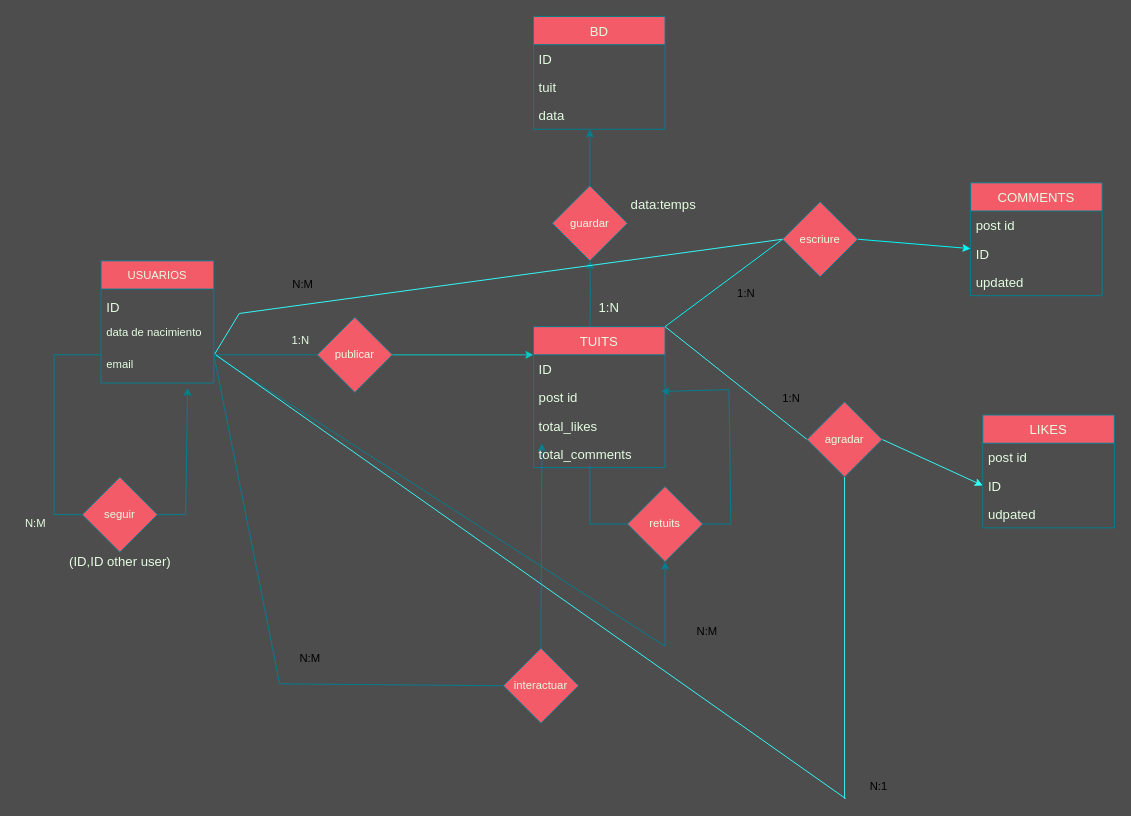
This is Ejercicio16.drawio from MarcPadrell/Team-4-ta12, a draw.io file, before an edit. Source tidied: cells renumbered, new cells numbered last; positions are measured from the earlier drawing's top-left corner, leaving out a move shared by most shapes. Both pictures are drawn from the tidied source at 94%, with x=0, y=0 at pixel (16, 16).
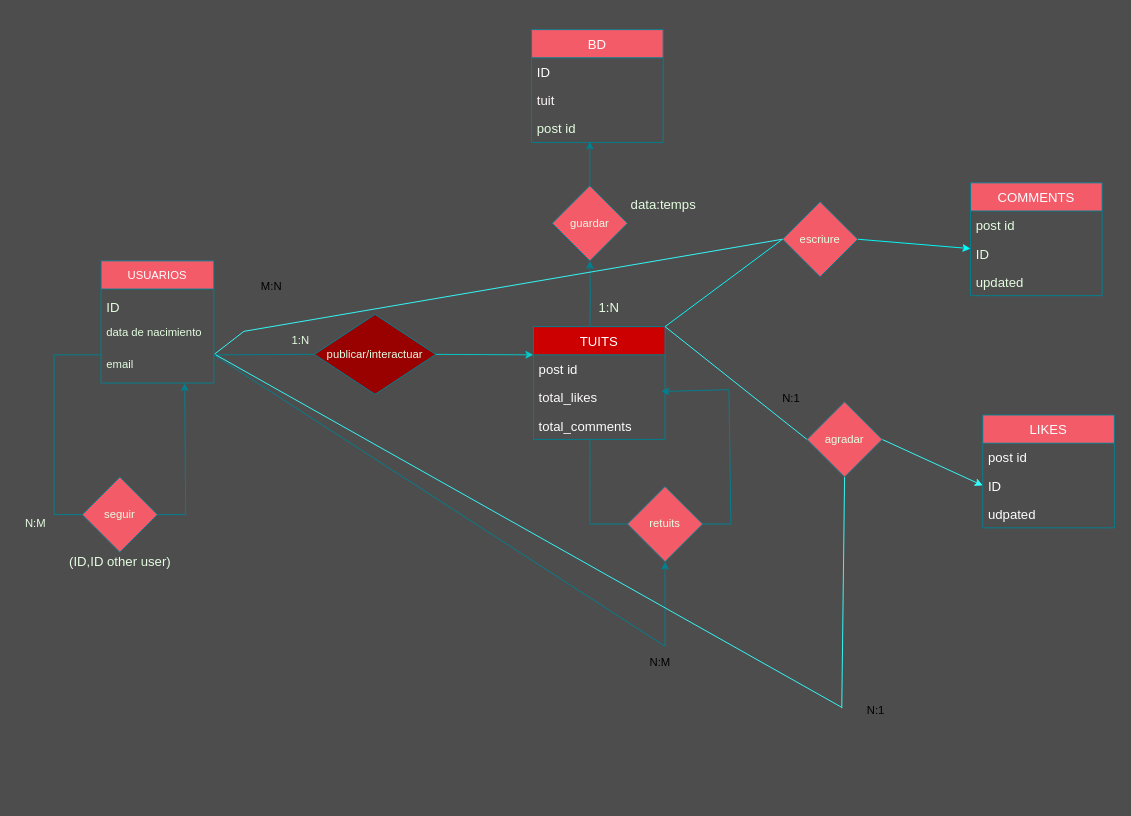
After the change.

The change refers to these unchanged cells:
```xml
<mxCell id="6" value="guardar" style="rhombus;whiteSpace=wrap;html=1;fillColor=#F45B69;strokeColor=#028090;fontColor=#E4FDE1;" parent="1" vertex="1">
  <mxGeometry x="570" y="180" width="80" height="80" as="geometry" />
</mxCell>
<mxCell id="7" value="seguir" style="rhombus;whiteSpace=wrap;html=1;fillColor=#F45B69;strokeColor=#028090;fontColor=#E4FDE1;" parent="1" vertex="1">
  <mxGeometry x="70" y="490" width="80" height="80" as="geometry" />
</mxCell>
<mxCell id="25" value="email" style="text;strokeColor=none;fillColor=none;align=left;verticalAlign=middle;spacingLeft=4;spacingRight=4;overflow=hidden;points=[[0,0.5],[1,0.5]];portConstraint=eastwest;fontColor=#E4FDE1;" parent="22" vertex="1">
  <mxGeometry y="90" width="120" height="40" as="geometry" />
</mxCell>
<mxCell id="49" value="escriure" style="rhombus;whiteSpace=wrap;html=1;fillColor=#F45B69;strokeColor=#028090;fontColor=#E4FDE1;" parent="1" vertex="1">
  <mxGeometry x="815" y="197" width="80" height="80" as="geometry" />
</mxCell>
<mxCell id="53" value="agradar" style="rhombus;whiteSpace=wrap;html=1;fillColor=#F45B69;strokeColor=#028090;fontColor=#E4FDE1;" parent="1" vertex="1">
  <mxGeometry x="841" y="410" width="80" height="80" as="geometry" />
</mxCell>
```

What changed in the source:
```diff
@@
-    <mxCell id="3" value="publicar" style="rhombus;whiteSpace=wrap;html=1;fillColor=#F45B69;strokeColor=#028090;fontColor=#E4FDE1;" parent="1" vertex="1">
-      <mxGeometry x="320" y="320" width="80" height="80" as="geometry" />
+    <mxCell id="3" value="publicar/interactuar" style="rhombus;whiteSpace=wrap;html=1;fillColor=#990000;strokeColor=#028090;fontColor=#E4FDE1;" parent="1" vertex="1">
+      <mxGeometry x="317" y="317" width="129" height="85" as="geometry" />
     </mxCell>
@@
-    <mxCell id="5" style="endArrow=classic;html=1;rounded=0;entryX=0.5;entryY=1;entryDx=0;entryDy=0;exitX=0.5;exitY=0;exitDx=0;exitDy=0;strokeColor=#028090;fontColor=#E4FDE1;labelBackgroundColor=#114B5F;" parent="1" edge="1" source="6">
+    <mxCell id="5" style="endArrow=classic;html=1;rounded=0;exitX=0.5;exitY=0;exitDx=0;exitDy=0;strokeColor=#028090;fontColor=#E4FDE1;labelBackgroundColor=#114B5F;" parent="1" edge="1" source="6">
       <mxGeometry relative="1" as="geometry">
-        <mxPoint x="610" y="120" as="targetPoint" />
+        <mxPoint x="610" y="133" as="targetPoint" />
       </mxGeometry>
     </mxCell>
@@
-    <mxCell id="10" style="endArrow=none;html=1;rounded=0;strokeColor=#028090;fontColor=#E4FDE1;labelBackgroundColor=#114B5F;" parent="1" edge="1">
+    <mxCell id="10" style="endArrow=none;html=1;rounded=0;strokeColor=#028090;fontColor=#E4FDE1;labelBackgroundColor=#114B5F;entryX=0.429;entryY=1;entryDx=0;entryDy=0;entryPerimeter=0;" parent="1" edge="1" target="30">
       <mxGeometry relative="1" as="geometry">
         <mxPoint x="610" y="540" as="sourcePoint" />
-        <mxPoint x="610" y="478" as="targetPoint" />
       </mxGeometry>
     </mxCell>
@@
-    <mxCell id="18" value="interactuar" style="rhombus;whiteSpace=wrap;html=1;fillColor=#F45B69;strokeColor=#028090;fontColor=#E4FDE1;" parent="1" vertex="1">
-      <mxGeometry x="518" y="672" width="80" height="80" as="geometry" />
-    </mxCell>
@@
-    <mxCell id="20" style="endArrow=none;html=1;rounded=0;entryX=1;entryY=0.5;entryDx=0;entryDy=0;exitX=0;exitY=0.5;exitDx=0;exitDy=0;strokeColor=#028090;fontColor=#E4FDE1;labelBackgroundColor=#114B5F;" parent="1" edge="1" source="18">
-      <mxGeometry relative="1" as="geometry">
-        <mxPoint x="210" y="360" as="targetPoint" />
-        <Array as="points">
-          <mxPoint x="280" y="710" />
-        </Array>
-      </mxGeometry>
-    </mxCell>
-    <mxCell id="21" style="endArrow=classic;html=1;rounded=0;strokeColor=#028090;fontColor=#E4FDE1;labelBackgroundColor=#114B5F;entryX=0.064;entryY=1.133;entryDx=0;entryDy=0;entryPerimeter=0;exitX=0.5;exitY=0;exitDx=0;exitDy=0;" parent="1" edge="1" source="18" target="29">
-      <mxGeometry relative="1" as="geometry" />
-    </mxCell>
-    <mxCell id="22" value="USUARIOS" style="swimlane;fontStyle=0;horizontal=1;startSize=30;fontColor=#E4FDE1;fillColor=#F45B69;strokeColor=#028090;" parent="1" vertex="1">
+    <mxCell id="22" value="USUARIOS" style="swimlane;fontStyle=0;horizontal=1;startSize=30;fontColor=#FFFFFF;fillColor=#F45B69;strokeColor=#028090;" parent="1" vertex="1">
       <mxGeometry x="90" y="260" width="120" height="130" as="geometry" />
     </mxCell>
@@
-    <mxCell id="26" value="TUITS" style="swimlane;fontStyle=0;horizontal=1;startSize=30;fontSize=14;fontColor=#E4FDE1;fillColor=#F45B69;strokeColor=#028090;" parent="1" vertex="1">
-      <mxGeometry x="550" y="330" width="140" height="150" as="geometry" />
+    <mxCell id="26" value="TUITS" style="swimlane;fontStyle=0;horizontal=1;startSize=30;fontSize=14;fontColor=#FFFFFF;fillColor=#CC0000;strokeColor=#028090;" parent="1" vertex="1">
+      <mxGeometry x="550" y="330" width="140" height="120" as="geometry" />
     </mxCell>
-    <mxCell id="27" value="ID" style="text;strokeColor=none;fillColor=none;align=left;verticalAlign=middle;spacingLeft=4;spacingRight=4;overflow=hidden;fontSize=14;fontColor=#E4FDE1;" parent="26" vertex="1">
-      <mxGeometry y="30" width="140" height="30" as="geometry" />
-    </mxCell>
-    <mxCell id="28" value="post id" style="text;strokeColor=none;fillColor=none;align=left;verticalAlign=middle;spacingLeft=4;spacingRight=4;overflow=hidden;fontSize=14;fontColor=#E4FDE1;" parent="26" vertex="1">
-      <mxGeometry y="60" width="140" height="30" as="geometry" />
+    <mxCell id="28" value="post id" style="text;strokeColor=none;fillColor=none;align=left;verticalAlign=middle;spacingLeft=4;spacingRight=4;overflow=hidden;fontSize=14;fontColor=#FDFDFD;" parent="26" vertex="1">
+      <mxGeometry y="30" width="140" height="30" as="geometry" />
     </mxCell>
-    <mxCell id="29" value="total_likes" style="text;strokeColor=none;fillColor=none;align=left;verticalAlign=middle;spacingLeft=4;spacingRight=4;overflow=hidden;points=[[0,0.5],[1,0.5]];portConstraint=eastwest;fontSize=14;fontColor=#E4FDE1;" parent="26" vertex="1">
-      <mxGeometry y="90" width="140" height="30" as="geometry" />
+    <mxCell id="29" value="total_likes" style="text;strokeColor=none;fillColor=none;align=left;verticalAlign=middle;spacingLeft=4;spacingRight=4;overflow=hidden;points=[[0,0.5],[1,0.5]];portConstraint=eastwest;fontSize=14;fontColor=#FDFAFB;" parent="26" vertex="1">
+      <mxGeometry y="60" width="140" height="30" as="geometry" />
     </mxCell>
-    <mxCell id="30" value="total_comments" style="text;strokeColor=none;fillColor=none;align=left;verticalAlign=middle;spacingLeft=4;spacingRight=4;overflow=hidden;points=[[0,0.5],[1,0.5]];portConstraint=eastwest;fontSize=14;fontColor=#E4FDE1;" parent="26" vertex="1">
-      <mxGeometry y="120" width="140" height="30" as="geometry" />
+    <mxCell id="30" value="total_comments" style="text;strokeColor=none;fillColor=none;align=left;verticalAlign=middle;spacingLeft=4;spacingRight=4;overflow=hidden;points=[[0,0.5],[1,0.5]];portConstraint=eastwest;fontSize=14;fontColor=#FDFDFD;" parent="26" vertex="1">
+      <mxGeometry y="90" width="140" height="30" as="geometry" />
     </mxCell>
-    <mxCell id="31" value="COMMENTS" style="swimlane;fontStyle=0;horizontal=1;startSize=30;fontSize=14;fontColor=#E4FDE1;fillColor=#F45B69;strokeColor=#028090;" parent="1" vertex="1">
+    <mxCell id="31" value="COMMENTS" style="swimlane;fontStyle=0;horizontal=1;startSize=30;fontSize=14;fontColor=#FDFDFD;fillColor=#F45B69;strokeColor=#028090;" parent="1" vertex="1">
       <mxGeometry x="1015" y="177" width="140" height="120" as="geometry" />
     </mxCell>
@@
-    <mxCell id="37" value="BD" style="swimlane;fontStyle=0;horizontal=1;startSize=30;fontSize=14;fontColor=#E4FDE1;fillColor=#F45B69;strokeColor=#028090;" parent="1" vertex="1">
-      <mxGeometry x="550" width="140" height="120" as="geometry" />
+    <mxCell id="37" value="BD" style="swimlane;fontStyle=0;horizontal=1;startSize=30;fontSize=14;fontColor=#FFFAFA;fillColor=#F45B69;strokeColor=#028090;" parent="1" vertex="1">
+      <mxGeometry x="548" y="14" width="140" height="120" as="geometry" />
     </mxCell>
-    <mxCell id="38" value="ID" style="text;strokeColor=none;fillColor=none;align=left;verticalAlign=middle;spacingLeft=4;spacingRight=4;overflow=hidden;fontSize=14;fontColor=#E4FDE1;" parent="37" vertex="1">
+    <mxCell id="38" value="ID" style="text;strokeColor=none;fillColor=none;align=left;verticalAlign=middle;spacingLeft=4;spacingRight=4;overflow=hidden;fontSize=14;fontColor=#FDFDFD;" parent="37" vertex="1">
       <mxGeometry y="30" width="140" height="30" as="geometry" />
     </mxCell>
-    <mxCell id="39" value="tuit" style="text;strokeColor=none;fillColor=none;align=left;verticalAlign=middle;spacingLeft=4;spacingRight=4;overflow=hidden;fontSize=14;fontColor=#E4FDE1;" parent="37" vertex="1">
+    <mxCell id="39" value="tuit" style="text;strokeColor=none;fillColor=none;align=left;verticalAlign=middle;spacingLeft=4;spacingRight=4;overflow=hidden;fontSize=14;fontColor=#FDF5F6;" parent="37" vertex="1">
       <mxGeometry y="60" width="140" height="30" as="geometry" />
     </mxCell>
-    <mxCell id="40" value="data" style="text;strokeColor=none;fillColor=none;align=left;verticalAlign=middle;spacingLeft=4;spacingRight=4;overflow=hidden;fontSize=14;fontColor=#E4FDE1;" parent="37" vertex="1">
+    <mxCell id="40" value="post id" style="text;strokeColor=none;fillColor=none;align=left;verticalAlign=middle;spacingLeft=4;spacingRight=4;overflow=hidden;fontSize=14;fontColor=#E4FDE1;" parent="37" vertex="1">
       <mxGeometry y="90" width="140" height="30" as="geometry" />
     </mxCell>
-    <mxCell id="41" value="LIKES" style="swimlane;fontStyle=0;horizontal=1;startSize=30;fontSize=14;fontColor=#E4FDE1;fillColor=#F45B69;strokeColor=#028090;" parent="1" vertex="1">
+    <mxCell id="41" value="LIKES" style="swimlane;fontStyle=0;horizontal=1;startSize=30;fontSize=14;fontColor=#FDFDFD;fillColor=#F45B69;strokeColor=#028090;" parent="1" vertex="1">
       <mxGeometry x="1028" y="424" width="140" height="120" as="geometry" />
     </mxCell>
-    <mxCell id="42" value="post id" style="text;strokeColor=none;fillColor=none;align=left;verticalAlign=middle;spacingLeft=4;spacingRight=4;overflow=hidden;fontSize=14;fontColor=#E4FDE1;" parent="41" vertex="1">
+    <mxCell id="42" value="post id" style="text;strokeColor=none;fillColor=none;align=left;verticalAlign=middle;spacingLeft=4;spacingRight=4;overflow=hidden;fontSize=14;fontColor=#FDFDFD;" parent="41" vertex="1">
       <mxGeometry y="30" width="140" height="30" as="geometry" />
     </mxCell>
-    <mxCell id="43" value="ID" style="text;strokeColor=none;fillColor=none;align=left;verticalAlign=middle;spacingLeft=4;spacingRight=4;overflow=hidden;points=[[0,0.5],[1,0.5]];portConstraint=eastwest;fontSize=14;fontColor=#E4FDE1;" parent="41" vertex="1">
+    <mxCell id="43" value="ID" style="text;strokeColor=none;fillColor=none;align=left;verticalAlign=middle;spacingLeft=4;spacingRight=4;overflow=hidden;points=[[0,0.5],[1,0.5]];portConstraint=eastwest;fontSize=14;fontColor=#FDFDFD;" parent="41" vertex="1">
       <mxGeometry y="60" width="140" height="30" as="geometry" />
     </mxCell>
-    <mxCell id="44" value="udpated" style="text;strokeColor=none;fillColor=none;align=left;verticalAlign=middle;spacingLeft=4;spacingRight=4;overflow=hidden;fontSize=14;fontColor=#E4FDE1;" parent="41" vertex="1">
+    <mxCell id="44" value="udpated" style="text;strokeColor=none;fillColor=none;align=left;verticalAlign=middle;spacingLeft=4;spacingRight=4;overflow=hidden;fontSize=14;fontColor=#FDFDFD;" parent="41" vertex="1">
       <mxGeometry y="90" width="140" height="30" as="geometry" />
     </mxCell>
@@
-    <mxCell id="46" style="endArrow=classic;html=1;rounded=0;fontSize=14;fontColor=#E4FDE1;exitX=1;exitY=0.5;exitDx=0;exitDy=0;entryX=0.767;entryY=1.125;entryDx=0;entryDy=0;entryPerimeter=0;strokeColor=#028090;labelBackgroundColor=#114B5F;" parent="1" edge="1" source="7" target="25">
+    <mxCell id="46" style="endArrow=classic;html=1;rounded=0;fontSize=14;fontColor=#E4FDE1;exitX=1;exitY=0.5;exitDx=0;exitDy=0;strokeColor=#028090;labelBackgroundColor=#114B5F;entryX=0.742;entryY=1;entryDx=0;entryDy=0;entryPerimeter=0;" parent="1" edge="1" source="7" target="25">
       <mxGeometry relative="1" as="geometry">
         <Array as="points">
           <mxPoint x="180" y="530" />
         </Array>
       </mxGeometry>
     </mxCell>
@@
     <mxCell id="50" style="endArrow=none;html=1;rounded=0;exitX=1.008;exitY=0.225;exitDx=0;exitDy=0;exitPerimeter=0;entryX=0;entryY=0.5;entryDx=0;entryDy=0;strokeColor=#33FFFF;" parent="1" edge="1" source="25" target="49">
       <mxGeometry relative="1" as="geometry">
         <Array as="points">
-          <mxPoint x="237" y="316" />
+          <mxPoint x="242" y="335" />
         </Array>
       </mxGeometry>
     </mxCell>
@@
     <mxCell id="54" style="endArrow=none;html=1;rounded=0;strokeColor=#33FFFF;exitX=1.017;exitY=0.25;exitDx=0;exitDy=0;exitPerimeter=0;" parent="1" edge="1" source="25">
       <mxGeometry relative="1" as="geometry">
-        <mxPoint x="882" y="832" as="targetPoint" />
+        <mxPoint x="878" y="735" as="targetPoint" />
       </mxGeometry>
     </mxCell>
     <mxCell id="55" style="endArrow=none;html=1;rounded=0;strokeColor=#33FFFF;entryX=0.5;entryY=1;entryDx=0;entryDy=0;" parent="1" edge="1" target="53">
       <mxGeometry relative="1" as="geometry">
-        <mxPoint x="881" y="832" as="sourcePoint" />
+        <mxPoint x="878" y="736" as="sourcePoint" />
       </mxGeometry>
     </mxCell>
-    <mxCell id="56" value="N:M" style="text;html=1;align=center;verticalAlign=middle;strokeColor=none;fillColor=none;" parent="1" vertex="1">
-      <mxGeometry x="296" y="674" width="32" height="18" as="geometry" />
-    </mxCell>
     <mxCell id="57" value="N:1" style="text;html=1;align=center;verticalAlign=middle;strokeColor=none;fillColor=none;" parent="1" vertex="1">
-      <mxGeometry x="902" y="810" width="29" height="18" as="geometry" />
+      <mxGeometry x="899" y="730" width="29" height="18" as="geometry" />
     </mxCell>
     <mxCell id="58" value="N:M" style="text;html=1;strokeColor=none;fillColor=none;align=center;verticalAlign=middle;whiteSpace=wrap;rounded=0;" parent="1" vertex="1">
-      <mxGeometry x="705" y="640" width="60" height="30" as="geometry" />
+      <mxGeometry x="655" y="672" width="60" height="30" as="geometry" />
     </mxCell>
-    <mxCell id="59" value="1:N" style="text;html=1;align=center;verticalAlign=middle;strokeColor=none;fillColor=none;" parent="1" vertex="1">
-      <mxGeometry x="761" y="286" width="29" height="18" as="geometry" />
-    </mxCell>
-    <mxCell id="60" value="1:N" style="text;html=1;align=center;verticalAlign=middle;strokeColor=none;fillColor=none;" parent="1" vertex="1">
+    <mxCell id="60" value="N:1" style="text;html=1;align=center;verticalAlign=middle;strokeColor=none;fillColor=none;" parent="1" vertex="1">
       <mxGeometry x="809" y="398" width="29" height="18" as="geometry" />
     </mxCell>
-    <mxCell id="61" value="N:M" style="text;html=1;strokeColor=none;fillColor=none;align=center;verticalAlign=middle;whiteSpace=wrap;rounded=0;" parent="1" vertex="1">
-      <mxGeometry x="275" y="270" width="60" height="30" as="geometry" />
-    </mxCell>
+    <mxCell id="62" value="M:N" style="text;html=1;align=center;verticalAlign=middle;strokeColor=none;fillColor=none;" parent="1" vertex="1">
+      <mxGeometry x="255" y="279" width="32" height="18" as="geometry" />
+    </mxCell>
```
